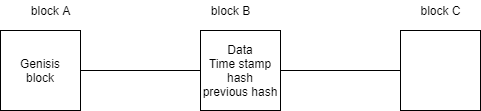
Earlier version of the draw.io export bockchain_blocks.png (KavinduGayan/block-chain). Source tidied: cells renumbered, new cells last; positions are measured from the earlier drawing's top-left corner, leaving out a move shared by most shapes. Source of this version:
```xml
<mxGraphModel>
  <root>
    <mxCell id="0" />
    <mxCell id="1" parent="0" />
    <mxCell id="2" style="whiteSpace=wrap;html=1;" parent="1" vertex="1">
      <mxGeometry y="30" width="80" height="80" as="geometry" />
    </mxCell>
    <mxCell id="3" value="Data&lt;br&gt;Time stamp&lt;br&gt;hash&lt;br&gt;previous hash" style="whiteSpace=wrap;html=1;" parent="1" vertex="1">
      <mxGeometry x="200" y="30" width="80" height="80" as="geometry" />
    </mxCell>
    <mxCell id="4" value="Genisis block" style="text;html=1;strokeColor=none;fillColor=none;align=center;verticalAlign=middle;whiteSpace=wrap;rounded=0;" parent="1" vertex="1">
      <mxGeometry x="20" y="60" width="40" height="20" as="geometry" />
    </mxCell>
    <mxCell id="5" value="block B" style="text;html=1;align=center;verticalAlign=middle;" parent="1" vertex="1">
      <mxGeometry x="205" width="50" height="20" as="geometry" />
    </mxCell>
    <mxCell id="6" style="endArrow=none;html=1;exitX=1;exitY=0.5;exitDx=0;exitDy=0;" parent="1" edge="1" source="2" target="3">
      <mxGeometry relative="1" as="geometry" />
    </mxCell>
    <mxCell id="7" value="block A" style="text;html=1;align=center;verticalAlign=middle;" parent="1" vertex="1">
      <mxGeometry x="25" width="50" height="20" as="geometry" />
    </mxCell>
    <mxCell id="8" style="whiteSpace=wrap;html=1;" parent="1" vertex="1">
      <mxGeometry x="400" y="30" width="80" height="80" as="geometry" />
    </mxCell>
    <mxCell id="9" value="block C" style="text;html=1;align=center;verticalAlign=middle;" parent="1" vertex="1">
      <mxGeometry x="410" width="60" height="20" as="geometry" />
    </mxCell>
    <mxCell id="10" style="endArrow=none;html=1;entryX=0;entryY=0.5;entryDx=0;entryDy=0;exitX=1;exitY=0.5;exitDx=0;exitDy=0;" parent="1" edge="1" source="3" target="8">
      <mxGeometry relative="1" as="geometry" />
    </mxCell>
  </root>
</mxGraphModel>
```
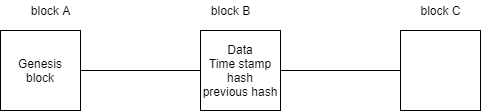
The same file after the commit.

What changed in the source:
```diff
@@ -8,7 +8,7 @@
     <mxCell id="3" value="Data&lt;br&gt;Time stamp&lt;br&gt;hash&lt;br&gt;previous hash" style="whiteSpace=wrap;html=1;" parent="1" vertex="1">
       <mxGeometry x="200" y="30" width="80" height="80" as="geometry" />
     </mxCell>
-    <mxCell id="4" value="Genisis block" style="text;html=1;strokeColor=none;fillColor=none;align=center;verticalAlign=middle;whiteSpace=wrap;rounded=0;" parent="1" vertex="1">
+    <mxCell id="4" value="Genesis block" style="text;html=1;strokeColor=none;fillColor=none;align=center;verticalAlign=middle;whiteSpace=wrap;rounded=0;" parent="1" vertex="1">
       <mxGeometry x="20" y="60" width="40" height="20" as="geometry" />
     </mxCell>
     <mxCell id="5" value="block B" style="text;html=1;align=center;verticalAlign=middle;" parent="1" vertex="1">
```
